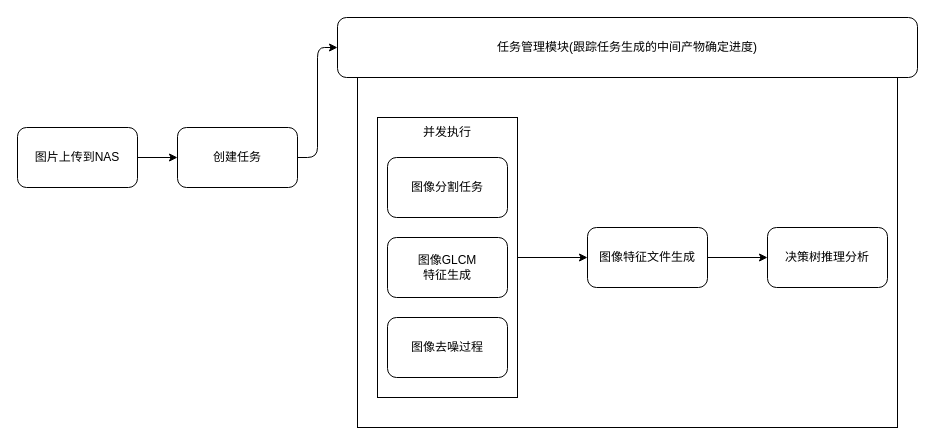
The draw.io diagram task_execute_pipeline.drawio in ForsakenLi/draw.io, before the edit. Source tidied: cells renumbered, new cells numbered last; positions are measured from the earlier drawing's top-left corner, leaving out a move shared by most shapes. Both pictures are drawn from the tidied source at 100%, with x=0, y=0 at pixel (17, 17).
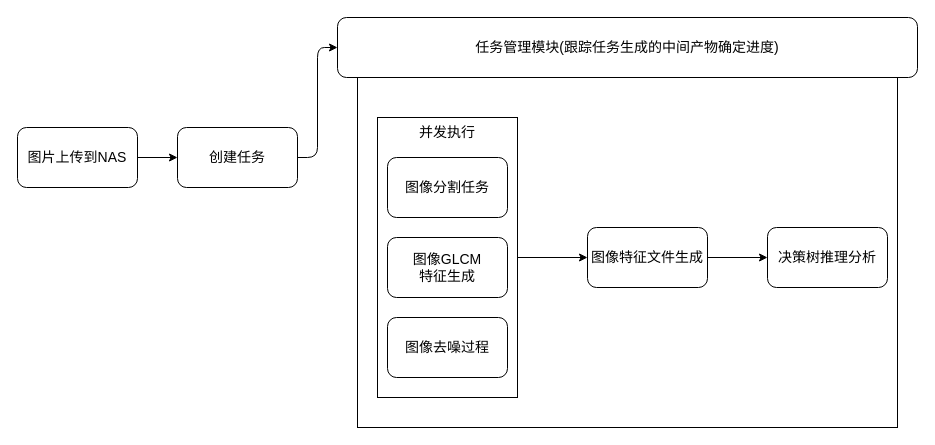
After the change.

Diff of the diagram source:
```diff
@@
 <mxGraphModel>
   <root>
     <mxCell id="0" />
     <mxCell id="1" parent="0" />
     <mxCell id="2" style="rounded=0;whiteSpace=wrap;html=1;" parent="1" vertex="1">
       <mxGeometry x="340" y="60" width="540" height="350" as="geometry" />
     </mxCell>
     <mxCell id="3" style="edgeStyle=orthogonalEdgeStyle;rounded=1;jettySize=auto;html=1;exitX=1;exitY=0.5;exitDx=0;exitDy=0;entryX=0;entryY=0.5;entryDx=0;entryDy=0;" parent="1" edge="1" source="4" target="15">
       <mxGeometry relative="1" as="geometry" />
     </mxCell>
     <mxCell id="4" style="rounded=0;whiteSpace=wrap;html=1;" parent="1" vertex="1">
       <mxGeometry x="360" y="100" width="140" height="280" as="geometry" />
     </mxCell>
     <mxCell id="5" style="edgeStyle=orthogonalEdgeStyle;rounded=0;jettySize=auto;html=1;" parent="1" edge="1" source="6" target="8">
       <mxGeometry relative="1" as="geometry" />
     </mxCell>
-    <mxCell id="6" value="图片上传到NAS" style="rounded=1;whiteSpace=wrap;html=1;" parent="1" vertex="1">
+    <mxCell id="6" value="图片上传到NAS" style="rounded=1;whiteSpace=wrap;html=1;fontSize=14;" parent="1" vertex="1">
       <mxGeometry y="110" width="120" height="60" as="geometry" />
     </mxCell>
     <mxCell id="7" style="edgeStyle=orthogonalEdgeStyle;rounded=1;jettySize=auto;html=1;entryX=0;entryY=0.5;entryDx=0;entryDy=0;" parent="1" edge="1" source="8" target="9">
       <mxGeometry relative="1" as="geometry" />
     </mxCell>
-    <mxCell id="8" value="创建任务" style="rounded=1;whiteSpace=wrap;html=1;" parent="1" vertex="1">
+    <mxCell id="8" value="创建任务" style="rounded=1;whiteSpace=wrap;html=1;fontSize=14;" parent="1" vertex="1">
       <mxGeometry x="160" y="110" width="120" height="60" as="geometry" />
     </mxCell>
-    <mxCell id="9" value="任务管理模块(跟踪任务生成的中间产物确定进度)" style="rounded=1;whiteSpace=wrap;html=1;" parent="1" vertex="1">
+    <mxCell id="9" value="任务管理模块(跟踪任务生成的中间产物确定进度)" style="rounded=1;whiteSpace=wrap;html=1;fontSize=14;" parent="1" vertex="1">
       <mxGeometry x="320" width="580" height="60" as="geometry" />
     </mxCell>
-    <mxCell id="10" value="图像分割任务" style="rounded=1;whiteSpace=wrap;html=1;" parent="1" vertex="1">
+    <mxCell id="10" value="图像分割任务" style="rounded=1;whiteSpace=wrap;html=1;fontSize=14;" parent="1" vertex="1">
       <mxGeometry x="370" y="140" width="120" height="60" as="geometry" />
     </mxCell>
-    <mxCell id="11" value="并发执行" style="text;html=1;strokeColor=none;fillColor=none;align=center;verticalAlign=middle;whiteSpace=wrap;rounded=0;" parent="1" vertex="1">
+    <mxCell id="11" value="并发执行" style="text;html=1;strokeColor=none;fillColor=none;align=center;verticalAlign=middle;whiteSpace=wrap;rounded=0;fontSize=14;" parent="1" vertex="1">
       <mxGeometry x="400" y="100" width="60" height="30" as="geometry" />
     </mxCell>
-    <mxCell id="12" value="图像GLCM&lt;br&gt;特征生成" style="rounded=1;whiteSpace=wrap;html=1;" parent="1" vertex="1">
+    <mxCell id="12" value="图像GLCM&lt;br style=&quot;font-size: 14px;&quot;&gt;特征生成" style="rounded=1;whiteSpace=wrap;html=1;fontSize=14;" parent="1" vertex="1">
       <mxGeometry x="370" y="220" width="120" height="60" as="geometry" />
     </mxCell>
-    <mxCell id="13" value="图像去噪过程" style="rounded=1;whiteSpace=wrap;html=1;" parent="1" vertex="1">
+    <mxCell id="13" value="图像去噪过程" style="rounded=1;whiteSpace=wrap;html=1;fontSize=14;" parent="1" vertex="1">
       <mxGeometry x="370" y="300" width="120" height="60" as="geometry" />
     </mxCell>
     <mxCell id="14" style="edgeStyle=orthogonalEdgeStyle;rounded=1;jettySize=auto;html=1;" parent="1" edge="1" source="15" target="16">
       <mxGeometry relative="1" as="geometry" />
     </mxCell>
-    <mxCell id="15" value="图像特征文件生成" style="rounded=1;whiteSpace=wrap;html=1;" parent="1" vertex="1">
+    <mxCell id="15" value="图像特征文件生成" style="rounded=1;whiteSpace=wrap;html=1;fontSize=14;" parent="1" vertex="1">
       <mxGeometry x="570" y="210" width="120" height="60" as="geometry" />
     </mxCell>
-    <mxCell id="16" value="决策树推理分析" style="rounded=1;whiteSpace=wrap;html=1;" parent="1" vertex="1">
+    <mxCell id="16" value="决策树推理分析" style="rounded=1;whiteSpace=wrap;html=1;fontSize=14;" parent="1" vertex="1">
       <mxGeometry x="750" y="210" width="120" height="60" as="geometry" />
     </mxCell>
   </root>
 </mxGraphModel>
```
